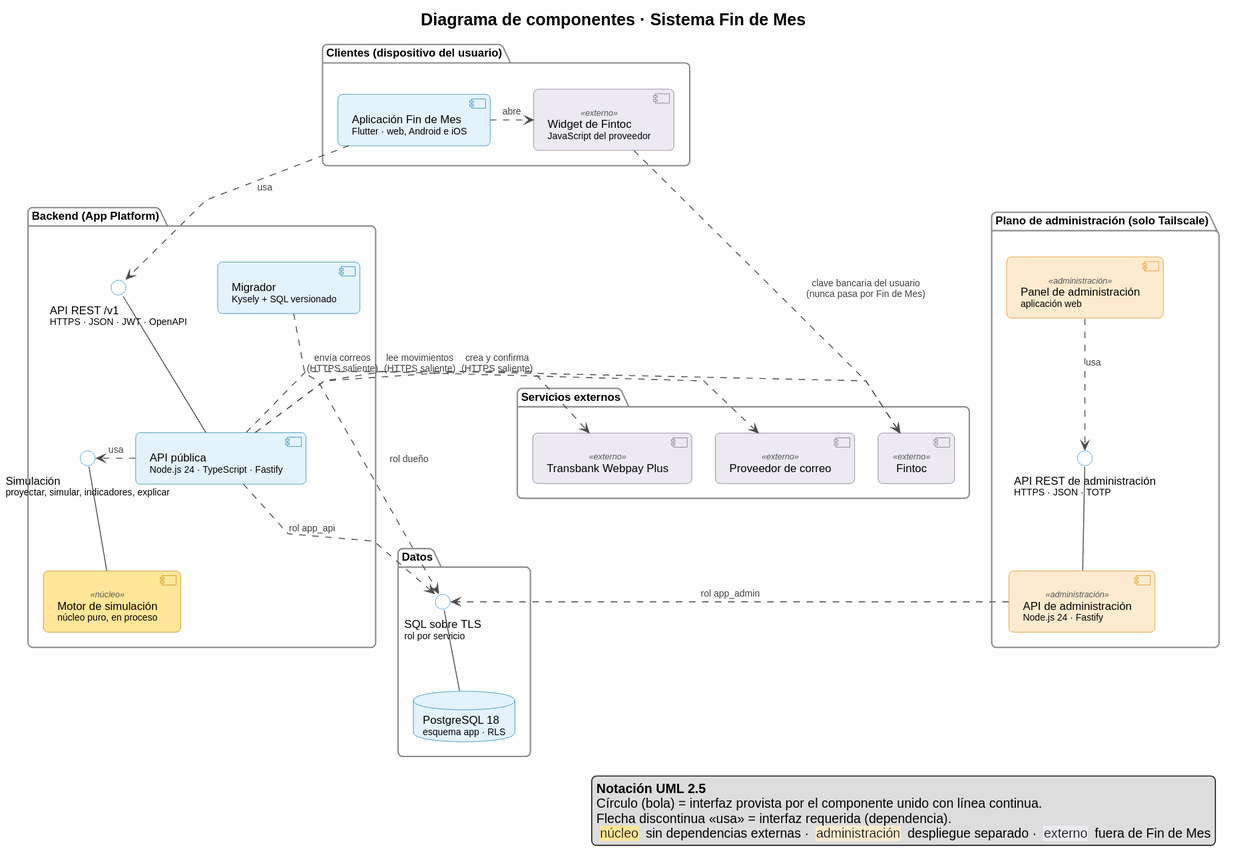
Above: docs/diagrams/components/comp-1-sistema.svg in offlnr/findemes (PlantUML), before the change. Its diagram source:
```plantuml
@startuml
!include ../uml-style.iuml
title Diagrama de componentes · Sistema Fin de Mes
top to bottom direction

package "Clientes (dispositivo del usuario)" {
  component "Aplicación Fin de Mes\n<size:10>Flutter · web, Android e iOS</size>" as APP
  component "Widget de Fintoc\n<size:10>JavaScript del proveedor</size>" <<externo>> as WID
}

package "Plano de administración (solo Tailscale)" {
  component "Panel de administración\n<size:10>aplicación web</size>" <<administración>> as PAN
  component "API de administración\n<size:10>Node.js 24 · Fastify</size>" <<administración>> as AAPI
  interface "API REST de administración\n<size:10>HTTPS · JSON · TOTP</size>" as IADM
}

package "Backend (App Platform)" {
  component "API pública\n<size:10>Node.js 24 · TypeScript · Fastify</size>" as API
  component "Motor de simulación\n<size:10>núcleo puro, en proceso</size>" <<núcleo>> as CORE
  component "Migrador\n<size:10>Kysely + SQL versionado</size>" as MIG
  interface "API REST /v1\n<size:10>HTTPS · JSON · JWT · OpenAPI</size>" as IREST
  interface "Simulación\n<size:10>proyectar, simular, indicadores, explicar</size>" as ISIM
}

package "Datos" {
  database "PostgreSQL 18\n<size:10>esquema app · RLS</size>" as DB
  interface "SQL sobre TLS\n<size:10>rol por servicio</size>" as ISQL
}

package "Servicios externos" {
  component "Transbank Webpay Plus" <<externo>> as TBK
  component "Fintoc" <<externo>> as FIN
  component "Proveedor de correo" <<externo>> as MAIL
}

API -up- IREST
APP .down.> IREST : usa
APP .right.> WID : abre
WID .down.> FIN : clave bancaria del usuario\n(nunca pasa por Fin de Mes)
CORE -up- ISIM
API .right.> ISIM : usa
DB -up- ISQL
API .down.> ISQL : rol app_api
MIG .down.> ISQL : rol dueño
AAPI .right.> ISQL : rol app_admin
AAPI -up- IADM
PAN .down.> IADM : usa

API .right.> TBK : crea y confirma\n(HTTPS saliente)
API .right.> FIN : lee movimientos\n(HTTPS saliente)
API .right.> MAIL : envía correos\n(HTTPS saliente)

legend right
  <b>Notación UML 2.5</b>
  Círculo (bola) = interfaz provista por el componente unido con línea continua.
  Flecha discontinua «usa» = interfaz requerida (dependencia).
  <back:#FFE699> núcleo </back> sin dependencias externas · <back:#FDEBD0> administración </back> despliegue separado · <back:#ECEAF0> externo </back> fuera de Fin de Mes
end legend
@enduml
```
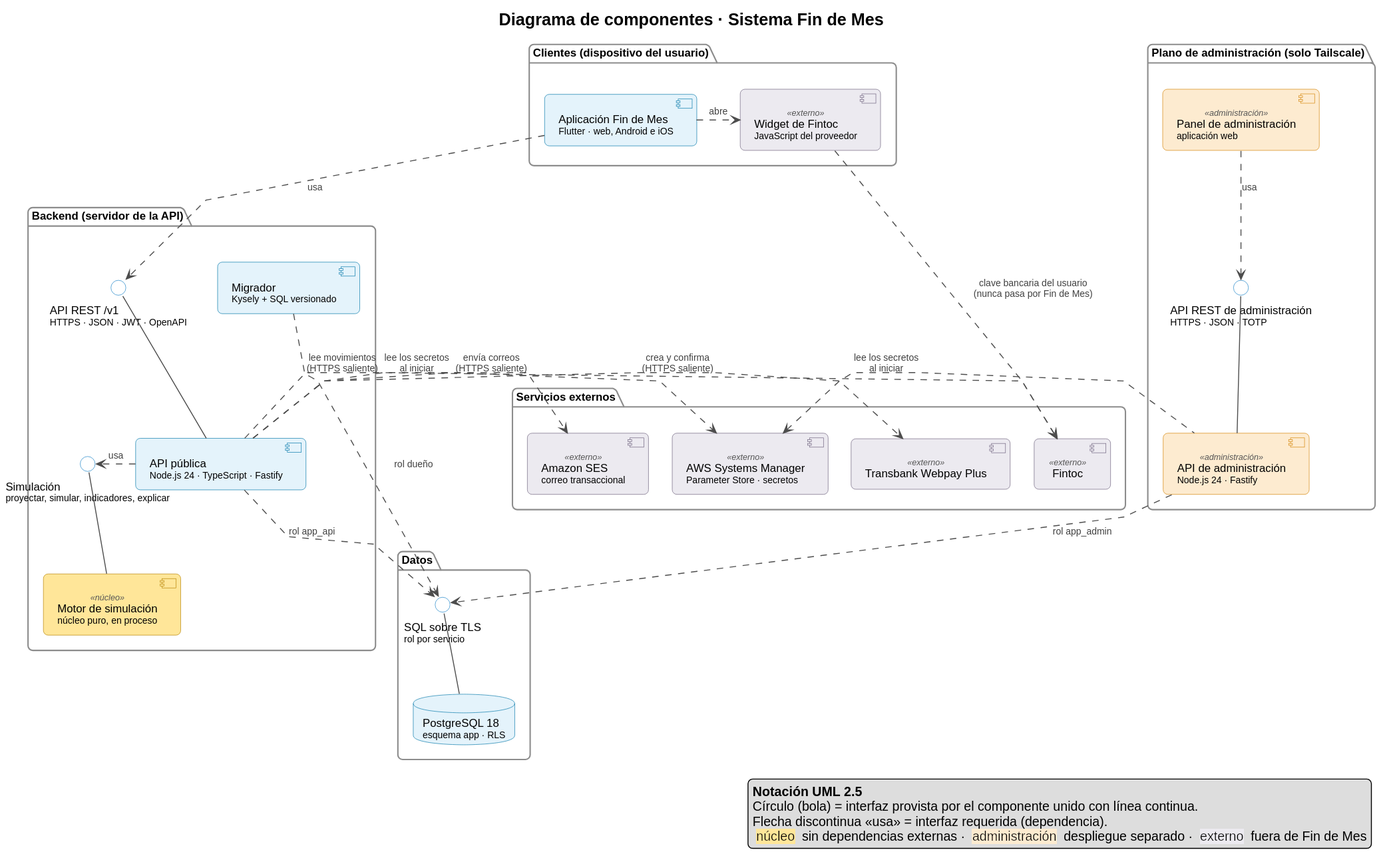
The same diagram one commit later.

The edit, as a diff of the source:
```diff
@@ -14,7 +14,7 @@
   interface "API REST de administración\n<size:10>HTTPS · JSON · TOTP</size>" as IADM
 }
 
-package "Backend (App Platform)" {
+package "Backend (servidor de la API)" {
   component "API pública\n<size:10>Node.js 24 · TypeScript · Fastify</size>" as API
   component "Motor de simulación\n<size:10>núcleo puro, en proceso</size>" <<núcleo>> as CORE
   component "Migrador\n<size:10>Kysely + SQL versionado</size>" as MIG
@@ -30,7 +30,8 @@
 package "Servicios externos" {
   component "Transbank Webpay Plus" <<externo>> as TBK
   component "Fintoc" <<externo>> as FIN
-  component "Proveedor de correo" <<externo>> as MAIL
+  component "Amazon SES\n<size:10>correo transaccional</size>" <<externo>> as MAIL
+  component "AWS Systems Manager\n<size:10>Parameter Store · secretos</size>" <<externo>> as SSM
 }
 
 API -up- IREST
@@ -49,6 +50,8 @@
 API .right.> TBK : crea y confirma\n(HTTPS saliente)
 API .right.> FIN : lee movimientos\n(HTTPS saliente)
 API .right.> MAIL : envía correos\n(HTTPS saliente)
+API .right.> SSM : lee los secretos\nal iniciar
+AAPI .left.> SSM : lee los secretos\nal iniciar
 
 legend right
   <b>Notación UML 2.5</b>
```
